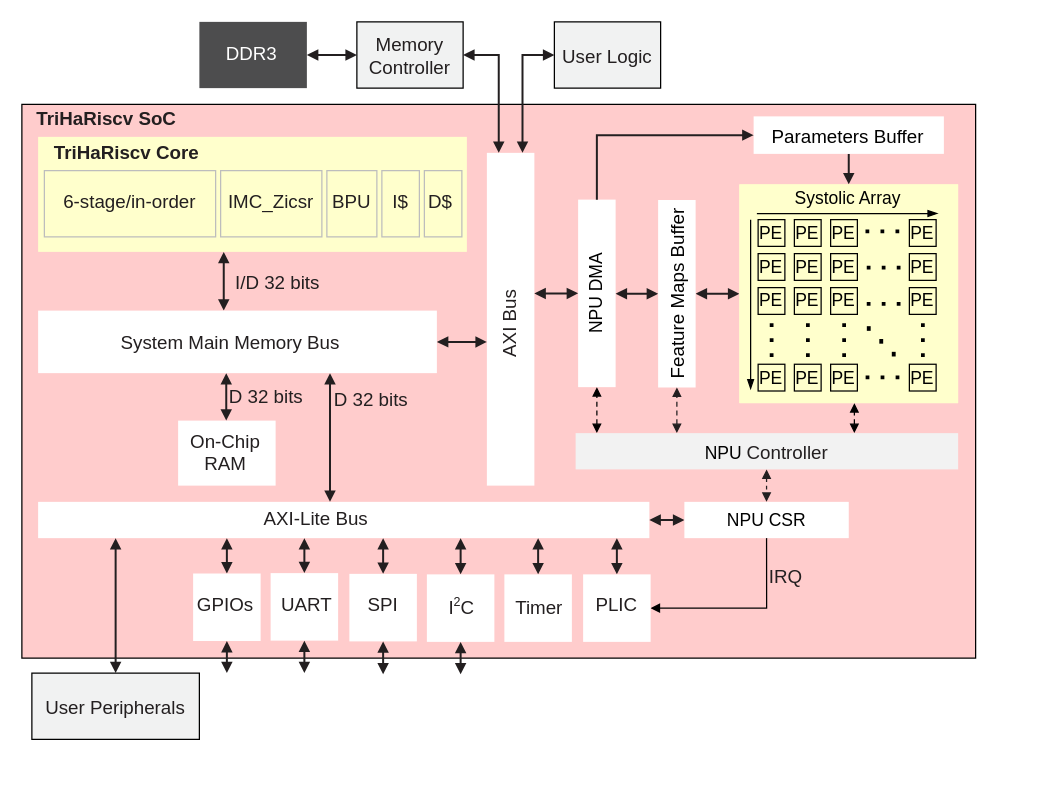
This is page "TriHaRiscv SoC" (1 of 14) of docs/technical-report/figure/rv32-soc.drawio from wan-yuanxing/TriHaRiscv-v3, a draw.io file, before an edit. Source tidied: cells renumbered, new cells numbered last; positions are measured from the earlier drawing's top-left corner, leaving out a move shared by most shapes. Both pictures are drawn from the tidied source at 125%, with x=0, y=0 at pixel (21, 21).
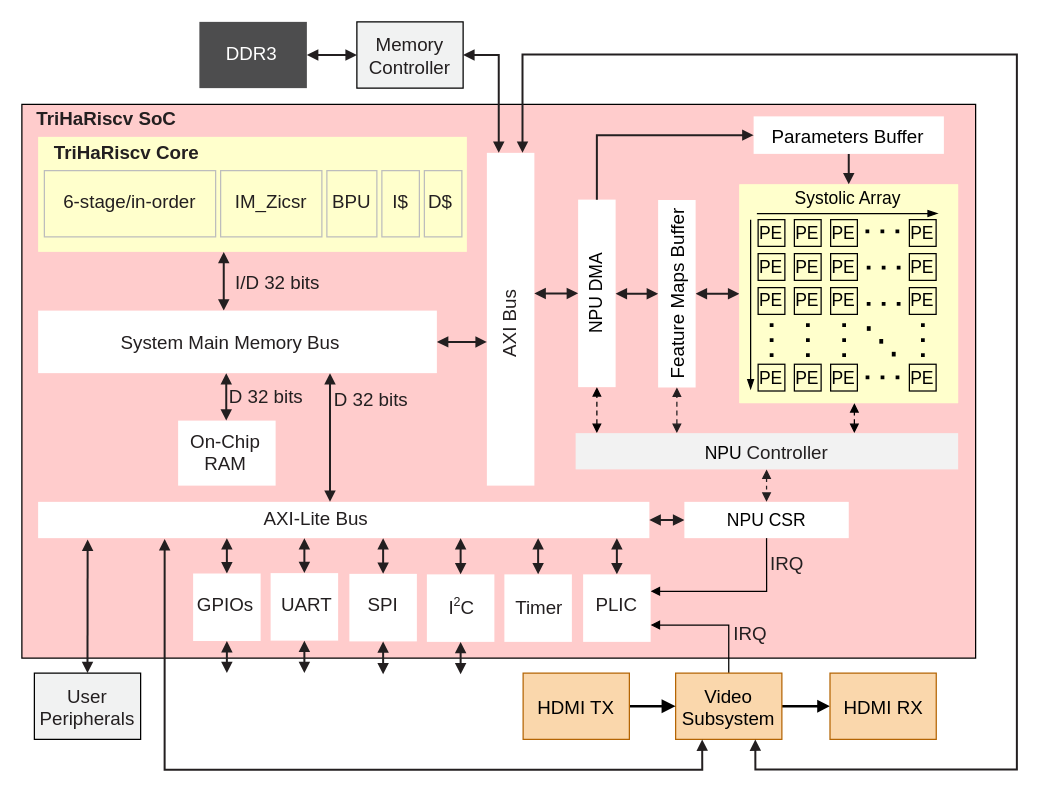
The same page after the edit.

The change refers to these unchanged cells:
```xml
<mxCell id="2" style="rounded=0;whiteSpace=wrap;html=1;strokeColor=default;fillColor=#FFCCCC;fontColor=#231F20;fontFamily=Helvetica;fontSize=15;align=center;verticalAlign=middle;spacing=0;shadow=0;" parent="1" vertex="1">
  <mxGeometry y="66" width="763" height="443" as="geometry" />
</mxCell>
<mxCell id="6" style="group;" parent="4" vertex="1">
  <mxGeometry x="5" y="27" width="334" height="53" as="geometry" />
</mxCell>
<mxCell id="12" value="&lt;div style=&quot;line-height:18px;&quot;&gt;AXI Bus&lt;/div&gt;" style="rounded=0;whiteSpace=wrap;html=1;strokeColor=none;fillColor=#FFFFFF;fontColor=#231F20;fontFamily=Helvetica;fontSize=15;align=center;verticalAlign=middle;spacing=0;shadow=0;horizontal=0;" parent="2" vertex="1">
  <mxGeometry x="372" y="38.8" width="38" height="266.2" as="geometry">
    <mxPoint x="-1.5" y="-3" as="offset" />
  </mxGeometry>
</mxCell>
<mxCell id="14" value="&lt;div style=&quot;line-height:18px;&quot;&gt;AXI-Lite Bus&lt;/div&gt;" style="rounded=0;whiteSpace=wrap;html=1;strokeColor=none;fillColor=#FFFFFF;fontColor=#231F20;fontFamily=Helvetica;fontSize=15;align=center;verticalAlign=middle;spacing=0;shadow=0;spacingRight=42;" parent="2" vertex="1">
  <mxGeometry x="13" y="318" width="489" height="29" as="geometry">
    <mxPoint x="-1" y="-1.5" as="offset" />
  </mxGeometry>
</mxCell>
<mxCell id="25" value="NPU CSR" style="rounded=0;whiteSpace=wrap;html=1;fontFamily=Helvetica;fontSize=14;fontColor=default;labelBackgroundColor=none;fontStyle=0;fillColor=default;strokeColor=none;" parent="2" vertex="1">
  <mxGeometry x="530" y="318" width="131.5" height="29" as="geometry" />
</mxCell>
<mxCell id="82" value="&lt;div style=&quot;line-height:18px;&quot;&gt;PLIC&lt;/div&gt;" style="rounded=0;whiteSpace=wrap;html=1;strokeColor=none;fillColor=#FFFFFF;fontColor=#231F20;fontFamily=Helvetica;fontSize=15;align=center;verticalAlign=middle;spacing=0;shadow=0;" parent="2" vertex="1">
  <mxGeometry x="449" y="376" width="54" height="54" as="geometry">
    <mxPoint x="-0.5" y="-3" as="offset" />
  </mxGeometry>
</mxCell>
```

Change to the diagram source:
```diff
@@
-    <mxCell id="10" value="&lt;div style=&quot;line-height:18px;&quot;&gt;IMC_Zicsr&lt;/div&gt;" style="rounded=0;whiteSpace=wrap;html=1;strokeColor=#BDBDBD;fillColor=none;fontColor=#231F20;fontFamily=Helvetica;fontSize=15;align=center;verticalAlign=middle;spacing=0;shadow=0;" parent="6" vertex="1">
+    <mxCell id="10" value="&lt;div style=&quot;line-height:18px;&quot;&gt;IM_Zicsr&lt;/div&gt;" style="rounded=0;whiteSpace=wrap;html=1;strokeColor=#BDBDBD;fillColor=none;fontColor=#231F20;fontFamily=Helvetica;fontSize=15;align=center;verticalAlign=middle;spacing=0;shadow=0;" parent="6" vertex="1">
       <mxGeometry x="141" width="81" height="53" as="geometry">
         <mxPoint x="-0.5" y="-3" as="offset" />
       </mxGeometry>
     </mxCell>
@@
-    <mxCell id="73" style="shape=connector;jettySize=auto;html=1;strokeColor=default;strokeWidth=1;align=center;verticalAlign=middle;fontFamily=Helvetica;fontSize=11;fontColor=default;labelBackgroundColor=default;edgeStyle=none;rounded=0;curved=0;exitX=0.5;exitY=1.0;exitDx=0;exitDy=0;exitPerimeter=0;entryPerimeter=0;startArrow=none;startFill=0;startSize=5;endArrow=block;endFill=1;endSize=5;entryX=1.0;entryY=0.5;entryDx=0;entryDy=0;" parent="2" edge="1" source="25" target="82">
-      <mxGeometry relative="1" as="geometry">
-        <Array as="points">
-          <mxPoint x="595.8" y="403" />
-        </Array>
-      </mxGeometry>
+    <mxCell id="73" style="shape=connector;jettySize=auto;html=1;strokeColor=default;strokeWidth=1;align=center;verticalAlign=middle;fontFamily=Helvetica;fontSize=11;fontColor=default;labelBackgroundColor=default;edgeStyle=orthogonalEdgeStyle;rounded=0;exitX=0.5;exitY=1.0;exitDx=0;exitDy=0;exitPerimeter=0;startArrow=none;startFill=0;startSize=5;endArrow=block;endFill=1;endSize=5;entryX=1;entryY=0.25;entryDx=0;entryDy=0;" parent="2" edge="1" source="25" target="82">
+      <mxGeometry relative="1" as="geometry" />
     </mxCell>
@@
     <mxCell id="76" value="&lt;div style=&quot;line-height:18px;&quot;&gt;IRQ&lt;/div&gt;" style="text;rounded=0;whiteSpace=wrap;html=1;strokeColor=none;fillColor=none;fontColor=#231F20;fontFamily=Helvetica;fontSize=15;align=center;verticalAlign=middle;spacing=0;shadow=0;align=left;" parent="2" vertex="1">
-      <mxGeometry x="598" y="366" width="34" height="20" as="geometry">
+      <mxGeometry x="599" y="356" width="34" height="20" as="geometry">
         <mxPoint x="-0.5" y="0.5" as="offset" />
       </mxGeometry>
     </mxCell>
@@
-    <mxCell id="85" style="html=1;strokeColor=#231F20;strokeWidth=1.6;fontFamily=Helvetica;edgeStyle=none;rounded=0;curved=0;exitX=0.12678936605316973;exitY=1.0;exitDx=0;exitDy=0;exitPerimeter=0;entryPerimeter=0;startArrow=block;startFill=1;startSize=5;endArrow=block;endFill=1;endSize=5;entryX=0.5;entryY=0.0;entryDx=0;entryDy=0;" parent="2" edge="1" source="14" target="93">
+    <mxCell id="85" style="html=1;strokeColor=#231F20;strokeWidth=1.6;fontFamily=Helvetica;edgeStyle=none;rounded=0;curved=0;exitX=0.081;exitY=1.038;exitDx=0;exitDy=0;exitPerimeter=0;entryPerimeter=0;startArrow=block;startFill=1;startSize=5;endArrow=block;endFill=1;endSize=5;entryX=0.5;entryY=0.0;entryDx=0;entryDy=0;" parent="2" edge="1" source="14" target="93">
       <mxGeometry relative="1" as="geometry" />
     </mxCell>
@@
+    <mxCell id="97" value="IRQ" style="text;rounded=0;whiteSpace=wrap;html=1;strokeColor=none;fillColor=none;fontColor=#231F20;fontFamily=Helvetica;fontSize=15;align=center;verticalAlign=middle;spacing=0;shadow=0;" parent="2" vertex="1">
+      <mxGeometry x="559" y="413" width="48" height="20" as="geometry" />
+    </mxCell>
@@
+    <mxCell id="98" style="edgeStyle=orthogonalEdgeStyle;shape=connector;curved=0;rounded=0;jettySize=auto;html=1;exitX=1;exitY=0.5;exitDx=0;exitDy=0;entryX=0;entryY=0.5;entryDx=0;entryDy=0;strokeColor=default;strokeWidth=2;align=center;verticalAlign=middle;fontFamily=Helvetica;fontSize=11;fontColor=default;labelBackgroundColor=default;endArrow=block;startArrow=none;startFill=0;endFill=1;startSize=5;endSize=5;" parent="1" edge="1" source="91" target="101">
+      <mxGeometry relative="1" as="geometry" />
+    </mxCell>
+    <mxCell id="99" style="edgeStyle=orthogonalEdgeStyle;shape=connector;curved=0;rounded=0;jettySize=auto;html=1;exitX=0.5;exitY=0;exitDx=0;exitDy=0;entryX=1;entryY=0.75;entryDx=0;entryDy=0;strokeColor=default;strokeWidth=1;align=center;verticalAlign=middle;fontFamily=Helvetica;fontSize=11;fontColor=default;labelBackgroundColor=default;endArrow=block;endSize=5;startSize=5;endFill=1;" parent="1" edge="1" source="91" target="82">
+      <mxGeometry x="0.01" relative="1" as="geometry" />
+    </mxCell>
-    <mxCell id="91" value="&lt;div style=&quot;line-height:18px;&quot;&gt;User Logic&lt;/div&gt;" style="rounded=0;whiteSpace=wrap;html=1;strokeColor=default;fillColor=#F1F2F2;fontColor=#231F20;fontFamily=Helvetica;fontSize=15;align=center;verticalAlign=middle;spacing=0;shadow=0;" parent="1" vertex="1">
-      <mxGeometry x="426" width="85" height="53" as="geometry">
+    <mxCell id="91" value="&lt;div style=&quot;line-height:18px;&quot;&gt;Video&lt;br&gt;Subsystem&lt;/div&gt;" style="rounded=0;whiteSpace=wrap;html=1;strokeColor=#b46504;fillColor=#fad7ac;fontFamily=Helvetica;fontSize=15;align=center;verticalAlign=middle;spacing=0;shadow=0;" parent="1" vertex="1">
+      <mxGeometry x="523" y="521" width="85" height="53" as="geometry">
         <mxPoint y="0.5" as="offset" />
       </mxGeometry>
     </mxCell>
-    <mxCell id="92" style="html=1;strokeColor=#231F20;strokeWidth=1.6;fontFamily=Helvetica;edgeStyle=none;rounded=0;curved=0;exitX=0.75;exitY=0.0;exitDx=0;exitDy=0;exitPerimeter=0;entryPerimeter=0;startArrow=block;startFill=1;startSize=5;endArrow=block;endFill=1;endSize=5;entryX=0.0;entryY=0.5;entryDx=0;entryDy=0;" parent="1" edge="1" source="12" target="91">
-      <mxGeometry relative="1" as="geometry">
+    <mxCell id="92" style="html=1;strokeColor=#231F20;strokeWidth=1.6;fontFamily=Helvetica;edgeStyle=orthogonalEdgeStyle;rounded=0;exitX=0.75;exitY=0.0;exitDx=0;exitDy=0;exitPerimeter=0;startArrow=block;startFill=1;startSize=5;endArrow=block;endFill=1;endSize=5;entryX=0.75;entryY=1;entryDx=0;entryDy=0;" parent="1" edge="1" source="12" target="91">
+      <mxGeometry x="0.13" relative="1" as="geometry">
         <Array as="points">
-          <mxPoint x="400.5" y="26.5" />
+          <mxPoint x="400.5" y="26" />
+          <mxPoint x="796" y="26" />
+          <mxPoint x="796" y="598" />
+          <mxPoint x="586.8" y="598" />
         </Array>
       </mxGeometry>
     </mxCell>
-    <mxCell id="93" value="&lt;div style=&quot;line-height:18px;&quot;&gt;User&amp;nbsp;&lt;span style=&quot;background-color: transparent; color: light-dark(rgb(35, 31, 32), rgb(212, 209, 209));&quot;&gt;Peripherals&lt;/span&gt;&lt;/div&gt;" style="rounded=0;whiteSpace=wrap;html=1;strokeColor=default;fillColor=#F1F2F2;fontColor=#231F20;fontFamily=Helvetica;fontSize=15;align=center;verticalAlign=middle;spacing=0;shadow=0;" parent="1" vertex="1">
-      <mxGeometry x="8" y="521" width="134" height="53" as="geometry">
+    <mxCell id="93" value="&lt;div style=&quot;line-height:18px;&quot;&gt;User&lt;/div&gt;&lt;div style=&quot;line-height:18px;&quot;&gt;&lt;span style=&quot;background-color: transparent; color: light-dark(rgb(35, 31, 32), rgb(212, 209, 209));&quot;&gt;Peripherals&lt;/span&gt;&lt;/div&gt;" style="rounded=0;whiteSpace=wrap;html=1;strokeColor=default;fillColor=#F1F2F2;fontColor=#231F20;fontFamily=Helvetica;fontSize=15;align=center;verticalAlign=middle;spacing=0;shadow=0;" parent="1" vertex="1">
+      <mxGeometry x="10" y="521" width="85" height="53" as="geometry">
         <mxPoint y="0.5" as="offset" />
       </mxGeometry>
     </mxCell>
@@
+    <mxCell id="100" style="html=1;strokeColor=#231F20;strokeWidth=1.6;fontFamily=Helvetica;edgeStyle=orthogonalEdgeStyle;rounded=0;exitX=0.207;exitY=1.025;exitDx=0;exitDy=0;entryX=0.25;entryY=1;entryDx=0;entryDy=0;startArrow=block;startFill=1;startSize=5;endArrow=block;endFill=1;endSize=5;exitPerimeter=0;" parent="1" edge="1" source="14" target="91">
+      <mxGeometry x="0.02" relative="1" as="geometry">
+        <Array as="points">
+          <mxPoint x="114.2" y="598.3" />
+          <mxPoint x="544.3" y="598.3" />
+        </Array>
+      </mxGeometry>
+    </mxCell>
+    <mxCell id="101" value="HDMI RX" style="rounded=0;whiteSpace=wrap;html=1;strokeColor=#b46504;fillColor=#fad7ac;fontFamily=Helvetica;fontSize=15;align=center;verticalAlign=middle;spacing=0;shadow=0;" parent="1" vertex="1">
+      <mxGeometry x="646.5" y="521" width="85" height="53" as="geometry" />
+    </mxCell>
+    <mxCell id="102" style="edgeStyle=orthogonalEdgeStyle;shape=connector;curved=0;rounded=0;jettySize=auto;html=1;exitX=1;exitY=0.5;exitDx=0;exitDy=0;strokeColor=default;strokeWidth=2;align=center;verticalAlign=middle;fontFamily=Helvetica;fontSize=11;fontColor=default;labelBackgroundColor=default;endArrow=block;endFill=1;" parent="1" edge="1" source="103" target="91">
+      <mxGeometry relative="1" as="geometry" />
+    </mxCell>
+    <mxCell id="103" value="HDMI TX" style="rounded=0;whiteSpace=wrap;html=1;strokeColor=#b46504;fillColor=#fad7ac;fontFamily=Helvetica;fontSize=15;align=center;verticalAlign=middle;spacing=0;shadow=0;" parent="1" vertex="1">
+      <mxGeometry x="401" y="521" width="85" height="53" as="geometry" />
+    </mxCell>
```
